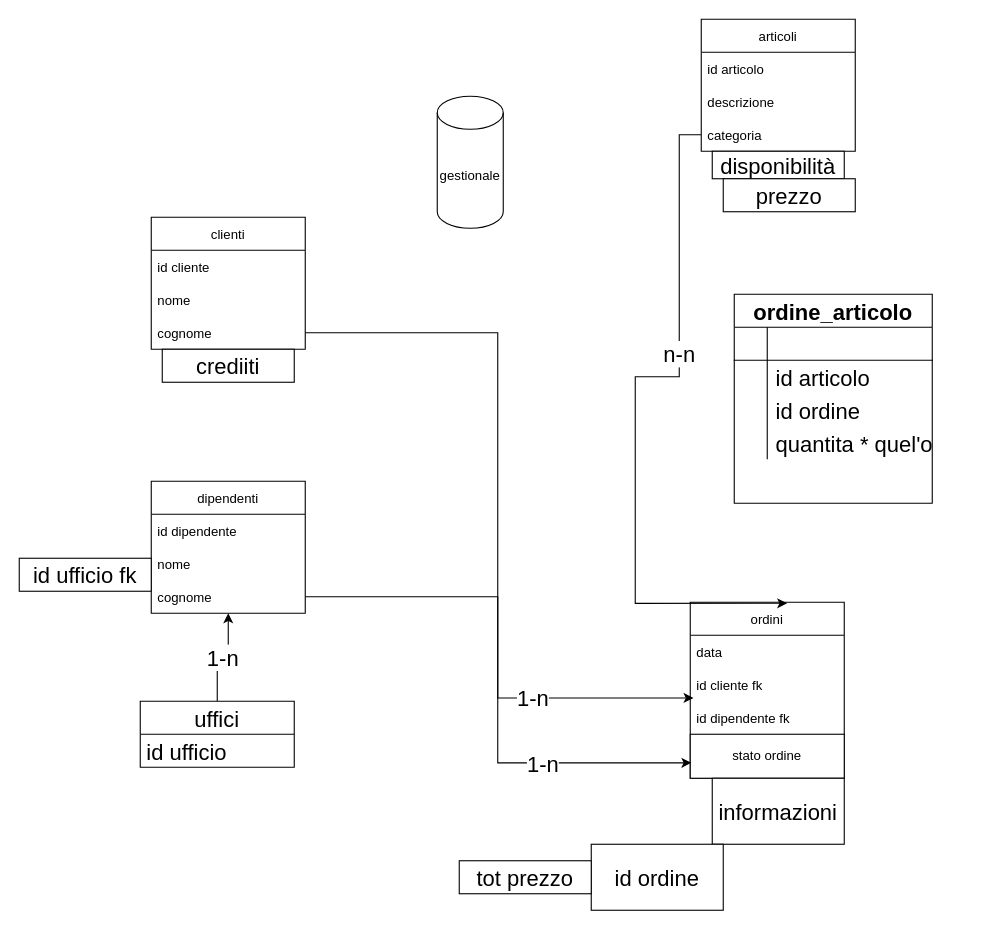
This is TSS22-main/Untitled Diagram.drawio from AndreaVespa/Javascript, a draw.io file, before an edit. Source tidied: cells renumbered, new cells numbered last; positions are measured from the earlier drawing's top-left corner, leaving out a move shared by most shapes. Both pictures are drawn from the tidied source at 110%, with x=0, y=0 at pixel (19, 19).
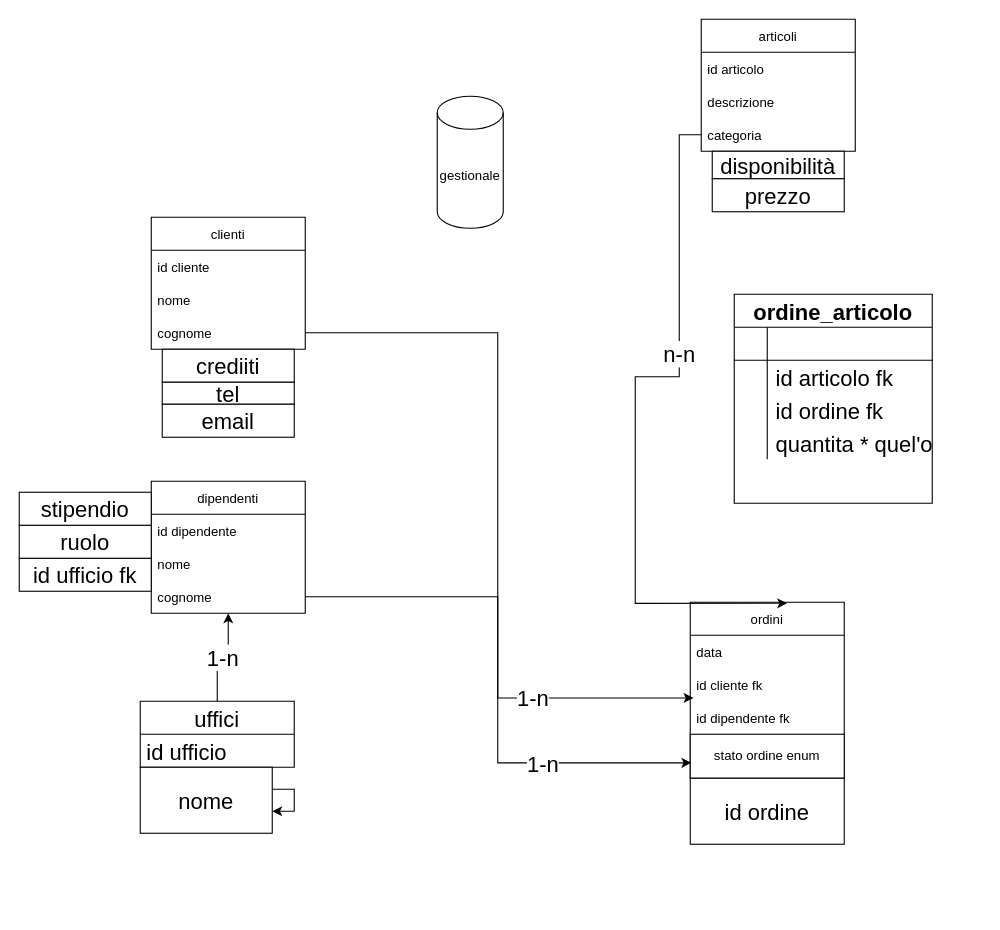
The same page after the edit.

The change refers to these unchanged cells:
```xml
<mxCell id="15" value="ordini" style="swimlane;fontStyle=0;horizontal=1;startSize=30;" parent="1" vertex="1">
  <mxGeometry x="610" y="530" width="140" height="160" as="geometry" />
</mxCell>
<mxCell id="40" style="shape=tableRow;horizontal=0;startSize=0;swimlaneHead=0;swimlaneBody=0;fillColor=none;top=0;left=0;right=0;bottom=0;fontSize=20;" parent="36" vertex="1">
  <mxGeometry y="60" width="180" height="30" as="geometry" />
</mxCell>
<mxCell id="43" style="shape=tableRow;horizontal=0;startSize=0;swimlaneHead=0;swimlaneBody=0;fillColor=none;top=0;left=0;right=0;bottom=0;fontSize=20;" parent="36" vertex="1">
  <mxGeometry y="90" width="180" height="30" as="geometry" />
</mxCell>
```

Diff of the diagram source:
```diff
@@
-    <mxCell id="19" value="stato ordine" style="rounded=0;whiteSpace=wrap;html=1;" parent="15" vertex="1">
+    <mxCell id="19" value="stato ordine enum&lt;br&gt;" style="rounded=0;whiteSpace=wrap;html=1;" parent="15" vertex="1">
       <mxGeometry y="120" width="140" height="40" as="geometry" />
     </mxCell>
@@
-    <mxCell id="29" value="informazioni" style="rounded=0;whiteSpace=wrap;html=1;fontSize=20;" parent="1" vertex="1">
-      <mxGeometry x="630" y="690" width="120" height="60" as="geometry" />
-    </mxCell>
@@
     <mxCell id="31" value="id ordine" style="rounded=0;whiteSpace=wrap;html=1;fontSize=20;" parent="1" vertex="1">
-      <mxGeometry x="520" y="750" width="120" height="60" as="geometry" />
+      <mxGeometry x="610" y="690" width="140" height="60" as="geometry" />
     </mxCell>
@@
     <mxCell id="33" value="prezzo" style="rounded=0;whiteSpace=wrap;html=1;fontSize=20;" parent="1" vertex="1">
-      <mxGeometry x="640" y="145" width="120" height="30" as="geometry" />
+      <mxGeometry x="630" y="145" width="120" height="30" as="geometry" />
     </mxCell>
-    <mxCell id="34" value="tot prezzo" style="rounded=0;whiteSpace=wrap;html=1;fontSize=20;" parent="1" vertex="1">
-      <mxGeometry x="400" y="765" width="120" height="30" as="geometry" />
-    </mxCell>
@@
-    <mxCell id="42" value="id articolo" style="shape=partialRectangle;fillColor=none;top=0;left=0;bottom=0;right=0;align=left;spacingLeft=6;overflow=hidden;fontSize=20;" parent="40" vertex="1">
+    <mxCell id="42" value="id articolo fk" style="shape=partialRectangle;fillColor=none;top=0;left=0;bottom=0;right=0;align=left;spacingLeft=6;overflow=hidden;fontSize=20;" parent="40" vertex="1">
       <mxGeometry x="30" width="150" height="30" as="geometry" />
     </mxCell>
@@
-    <mxCell id="45" value="id ordine" style="shape=partialRectangle;fillColor=none;top=0;left=0;bottom=0;right=0;align=left;spacingLeft=6;overflow=hidden;fontSize=20;" parent="43" vertex="1">
+    <mxCell id="45" value="id ordine fk" style="shape=partialRectangle;fillColor=none;top=0;left=0;bottom=0;right=0;align=left;spacingLeft=6;overflow=hidden;fontSize=20;" parent="43" vertex="1">
       <mxGeometry x="30" width="150" height="30" as="geometry" />
     </mxCell>
@@
+    <mxCell id="49" value="tel" style="rounded=0;whiteSpace=wrap;html=1;fontSize=20;" parent="1" vertex="1">
+      <mxGeometry x="130" y="330" width="120" height="20" as="geometry" />
+    </mxCell>
+    <mxCell id="50" value="email" style="rounded=0;whiteSpace=wrap;html=1;fontSize=20;" parent="1" vertex="1">
+      <mxGeometry x="130" y="350" width="120" height="30" as="geometry" />
+    </mxCell>
+    <mxCell id="51" value="ruolo" style="rounded=0;whiteSpace=wrap;html=1;fontSize=20;" parent="1" vertex="1">
+      <mxGeometry y="460" width="120" height="30" as="geometry" />
+    </mxCell>
+    <mxCell id="52" value="stipendio" style="rounded=0;whiteSpace=wrap;html=1;fontSize=20;" parent="1" vertex="1">
+      <mxGeometry y="430" width="120" height="30" as="geometry" />
+    </mxCell>
+    <mxCell id="53" value="nome" style="rounded=0;whiteSpace=wrap;html=1;fontSize=20;" parent="1" vertex="1">
+      <mxGeometry x="110" y="680" width="120" height="60" as="geometry" />
+    </mxCell>
+    <mxCell id="54" style="edgeStyle=orthogonalEdgeStyle;rounded=0;orthogonalLoop=1;jettySize=auto;html=1;fontSize=20;" parent="1" edge="1" source="53" target="53">
+      <mxGeometry relative="1" as="geometry" />
+    </mxCell>
+    <mxCell id="55" style="edgeStyle=orthogonalEdgeStyle;rounded=0;orthogonalLoop=1;jettySize=auto;html=1;exitX=0.5;exitY=1;exitDx=0;exitDy=0;fontSize=20;" parent="1" edge="1" source="53" target="53">
+      <mxGeometry relative="1" as="geometry" />
+    </mxCell>
```
